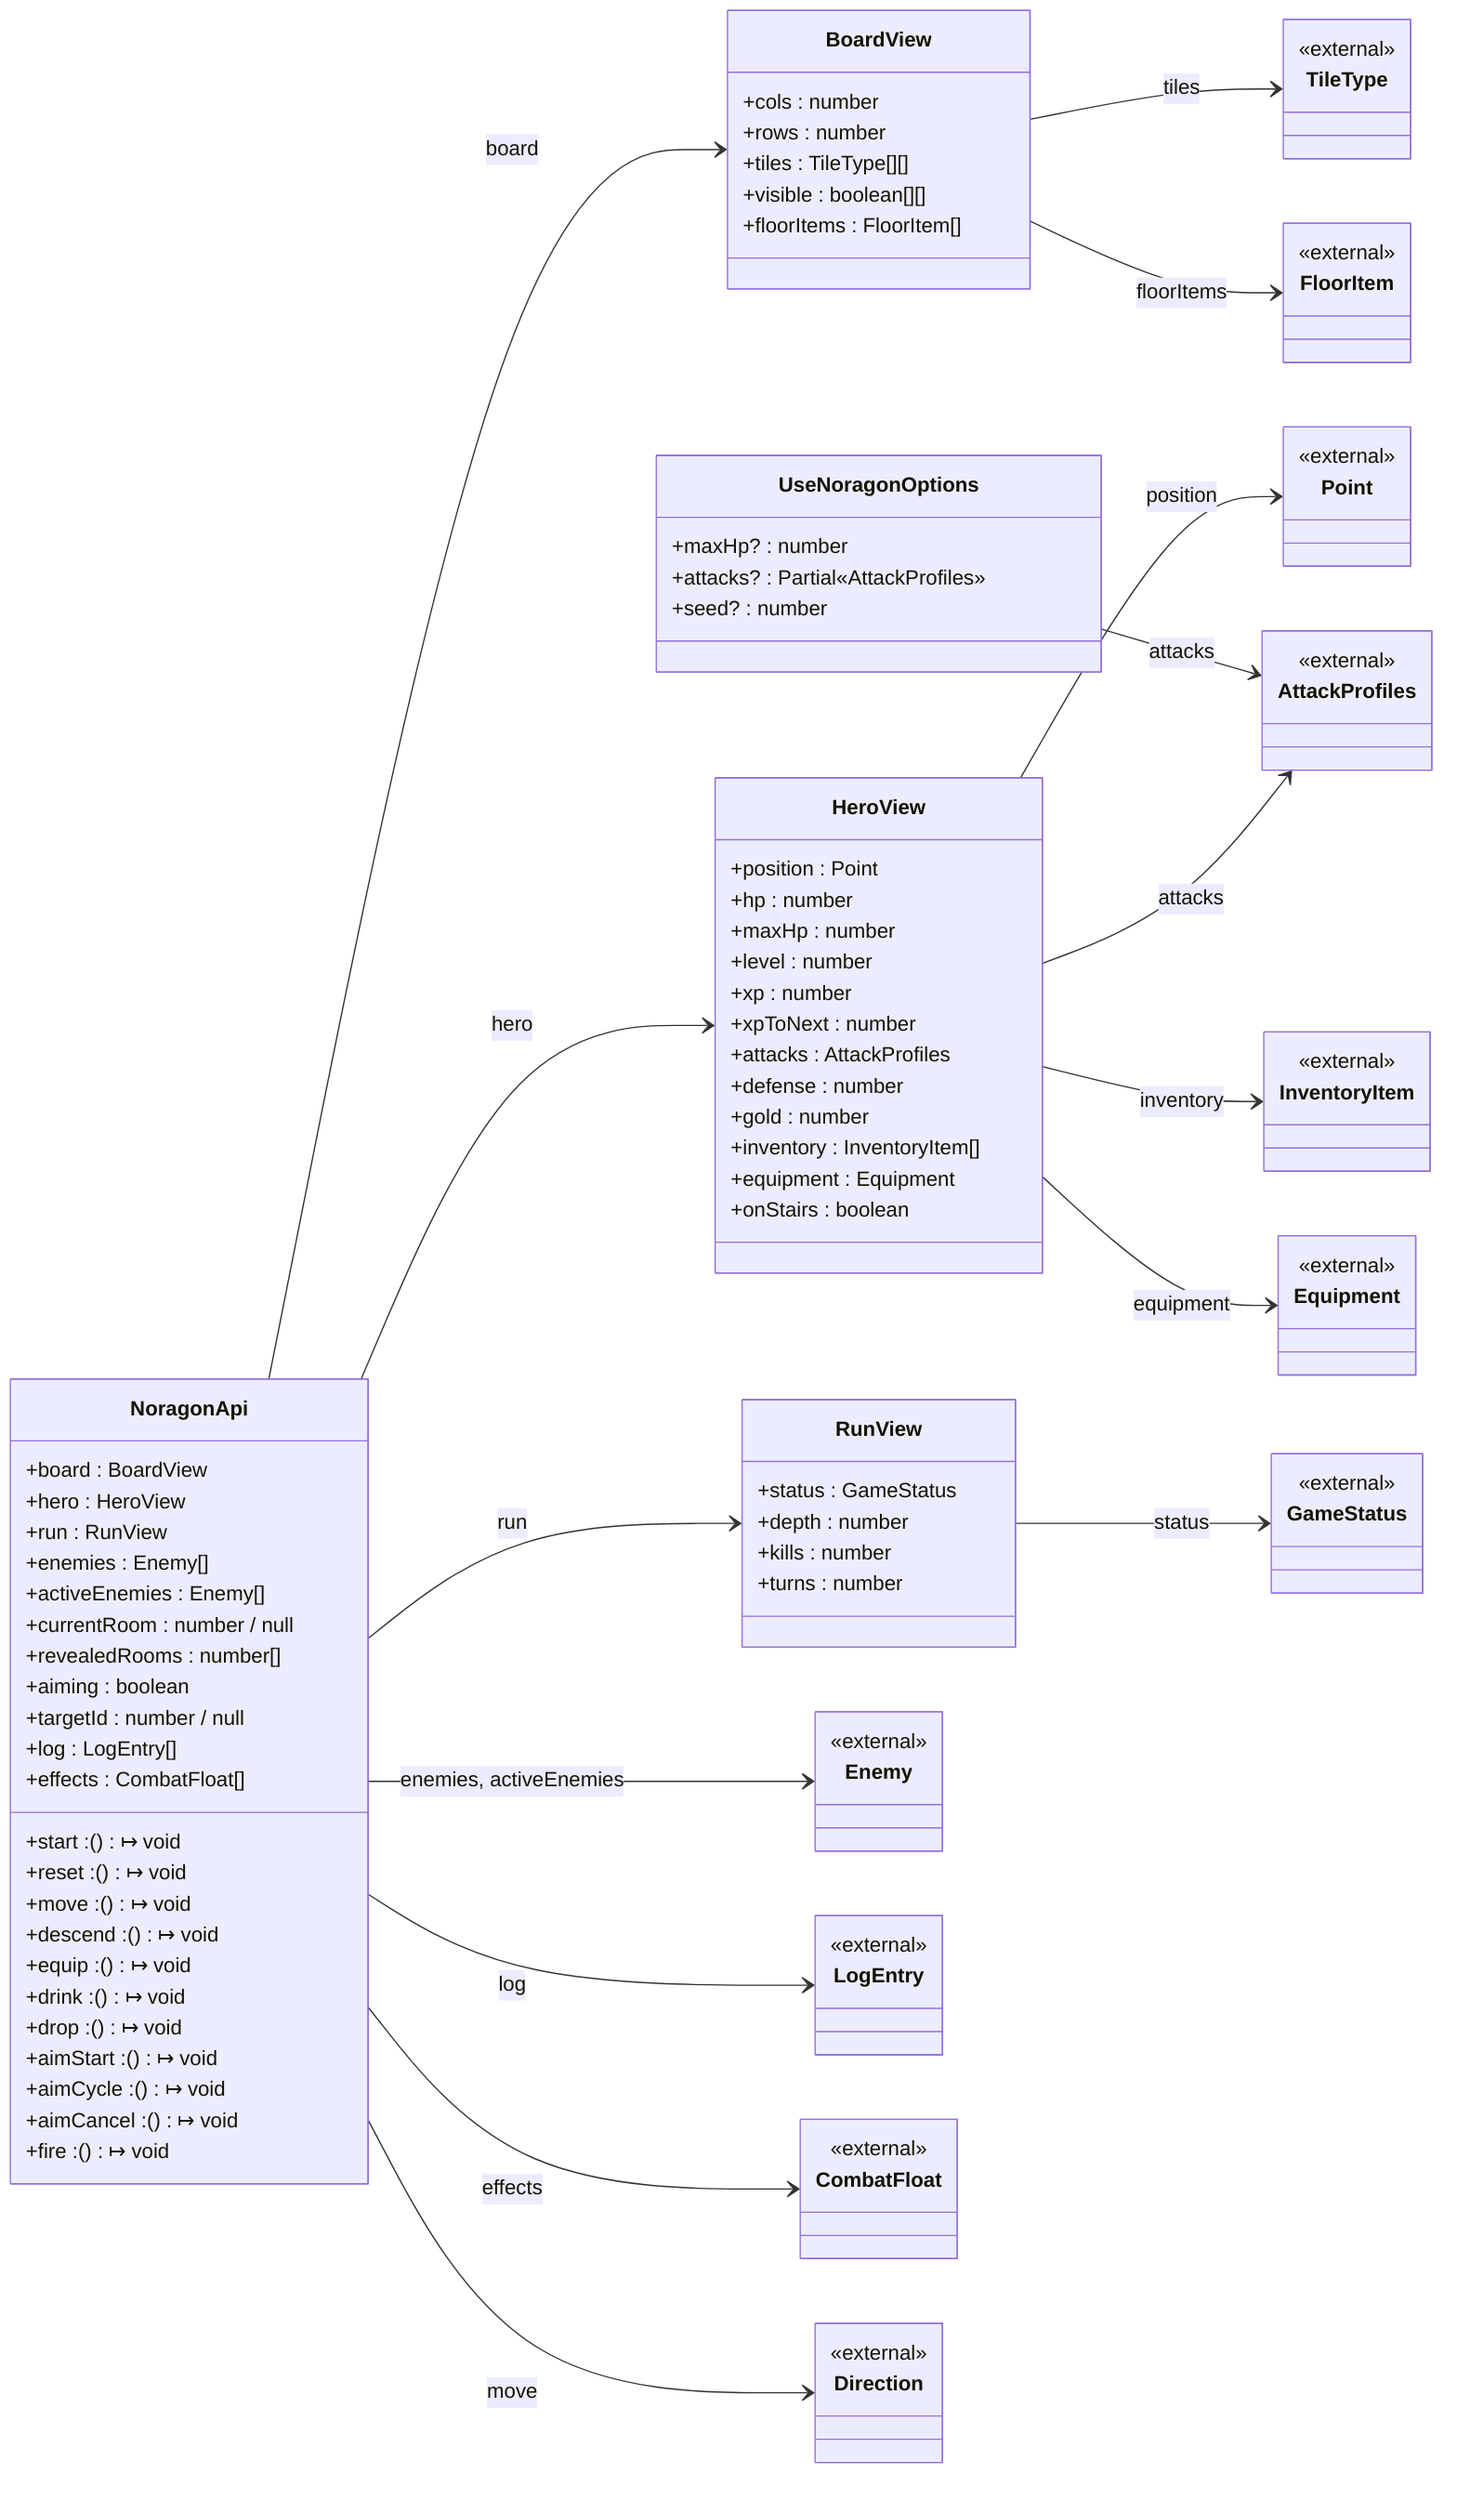
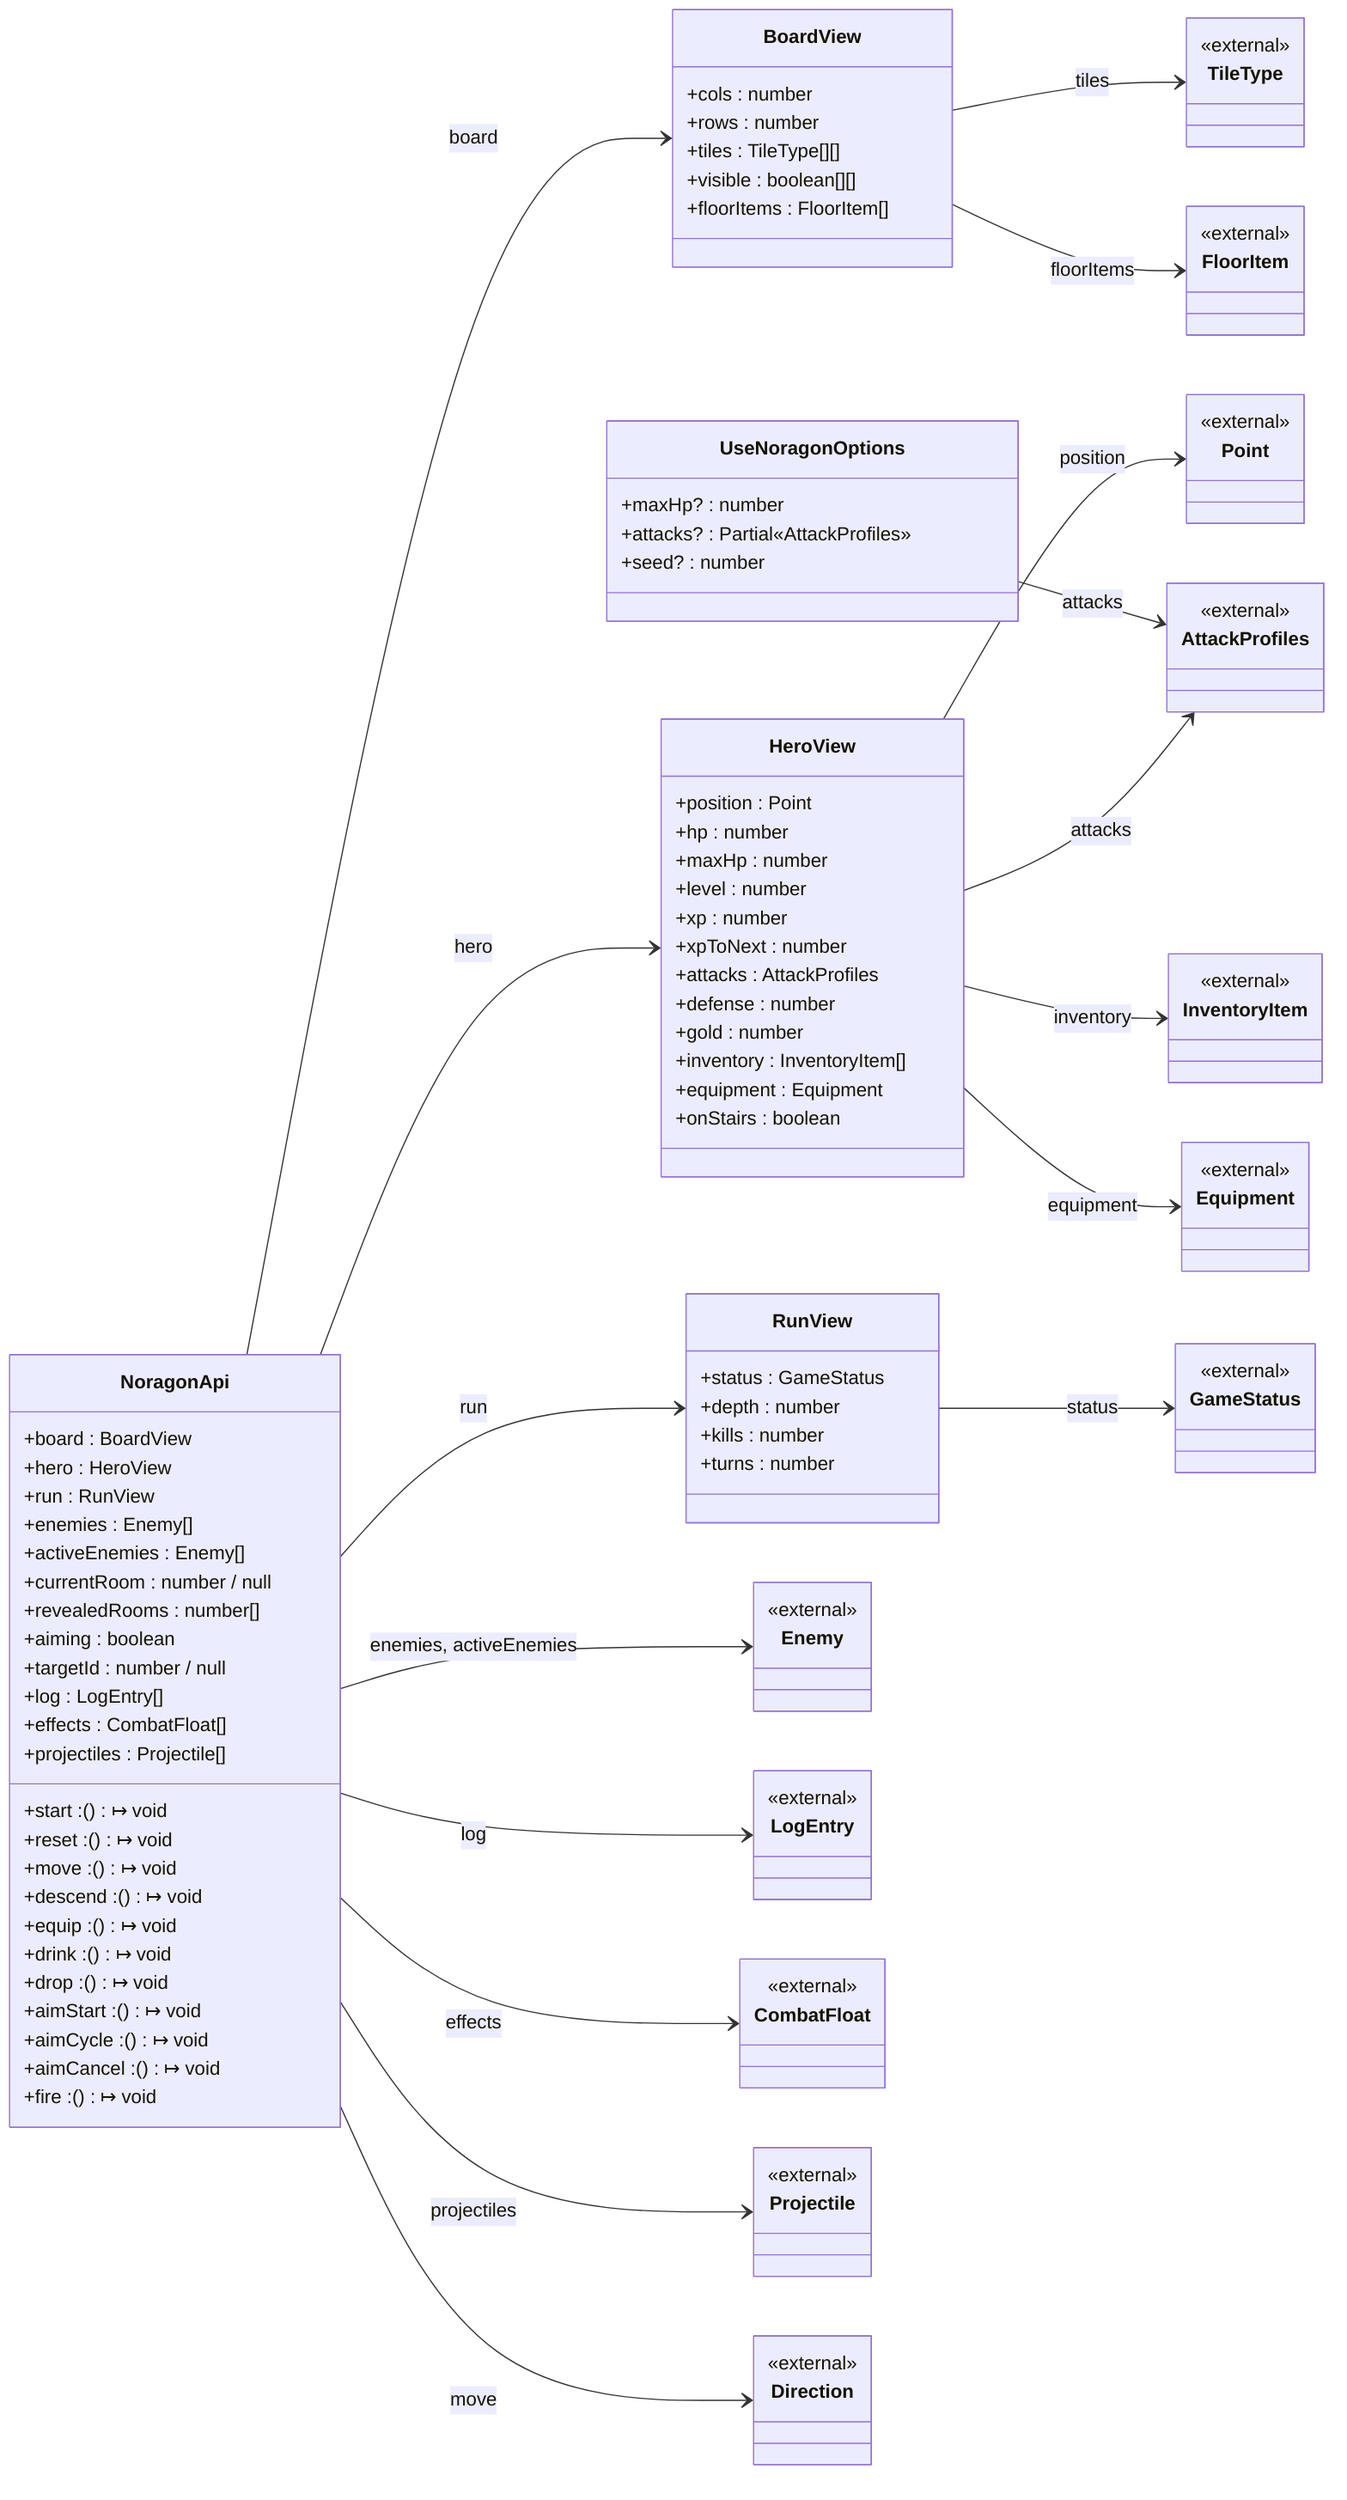
classDiagram
  direction LR
  class UseNoragonOptions {
    +maxHp? : number
    +attacks? : Partial«AttackProfiles»
    +seed? : number
  }
  class BoardView {
    +cols : number
    +rows : number
    +tiles : TileType[][]
    +visible : boolean[][]
    +floorItems : FloorItem[]
  }
  class HeroView {
    +position : Point
    +hp : number
    +maxHp : number
    +level : number
    +xp : number
    +xpToNext : number
    +attacks : AttackProfiles
    +defense : number
    +gold : number
    +inventory : InventoryItem[]
    +equipment : Equipment
    +onStairs : boolean
  }
  class RunView {
    +status : GameStatus
    +depth : number
    +kills : number
    +turns : number
  }
  class NoragonApi {
    +board : BoardView
    +hero : HeroView
    +run : RunView
    +enemies : Enemy[]
    +activeEnemies : Enemy[]
    +currentRoom : number / null
    +revealedRooms : number[]
    +aiming : boolean
    +targetId : number / null
    +log : LogEntry[]
    +effects : CombatFloat[]
+     +projectiles : Projectile[]
    +start : () ↦ void
    +reset : () ↦ void
    +move : () ↦ void
    +descend : () ↦ void
    +equip : () ↦ void
    +drink : () ↦ void
    +drop : () ↦ void
    +aimStart : () ↦ void
    +aimCycle : () ↦ void
    +aimCancel : () ↦ void
    +fire : () ↦ void
  }
  class AttackProfiles {
    <<external>>
  }
  class TileType {
    <<external>>
  }
  class FloorItem {
    <<external>>
  }
  class Point {
    <<external>>
  }
  class InventoryItem {
    <<external>>
  }
  class Equipment {
    <<external>>
  }
  class GameStatus {
    <<external>>
  }
  class Enemy {
    <<external>>
  }
  class LogEntry {
    <<external>>
  }
  class CombatFloat {
    <<external>>
  }
+   class Projectile {
+     <<external>>
+   }
  class Direction {
    <<external>>
  }
  UseNoragonOptions --> AttackProfiles : attacks
  BoardView --> TileType : tiles
  BoardView --> FloorItem : floorItems
  HeroView --> Point : position
  HeroView --> AttackProfiles : attacks
  HeroView --> InventoryItem : inventory
  HeroView --> Equipment : equipment
  RunView --> GameStatus : status
  NoragonApi --> BoardView : board
  NoragonApi --> HeroView : hero
  NoragonApi --> RunView : run
  NoragonApi --> Enemy : enemies, activeEnemies
  NoragonApi --> LogEntry : log
  NoragonApi --> CombatFloat : effects
+   NoragonApi --> Projectile : projectiles
  NoragonApi --> Direction : move
